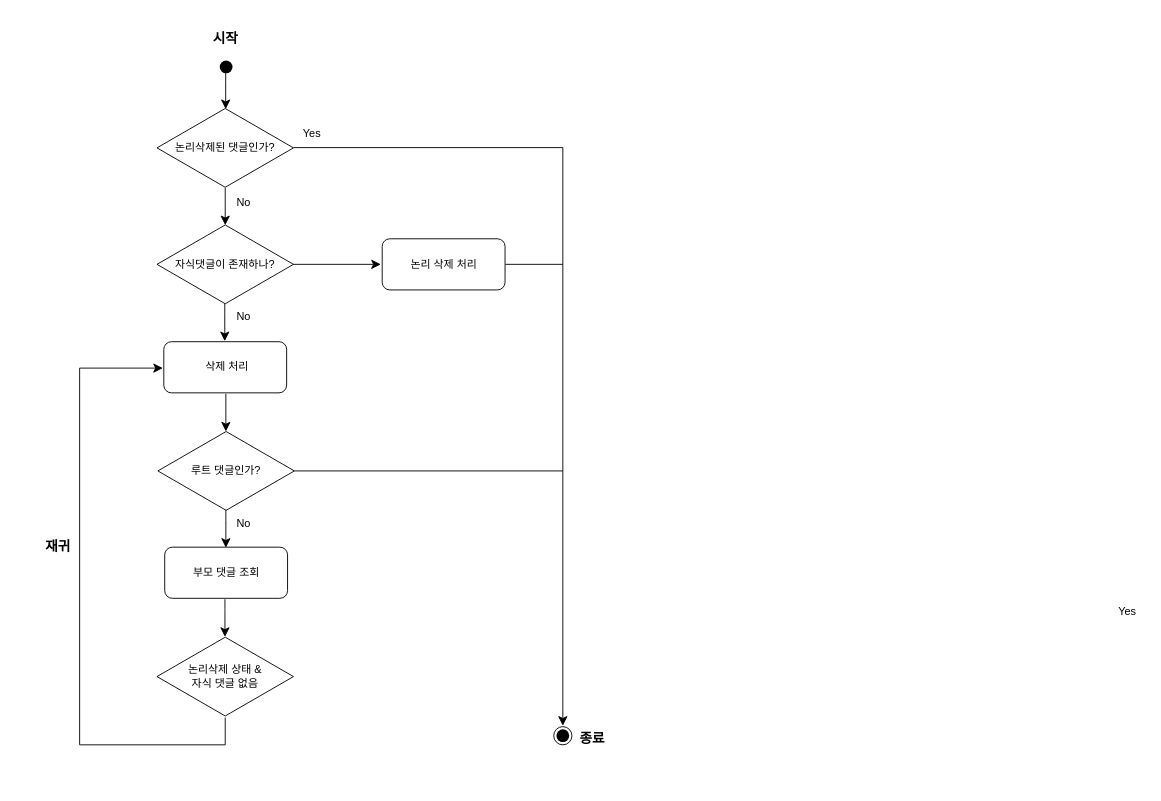
Earlier version of the draw.io diagram 댓글 삭제로직 활동 다이어그램.drawio (SunghoCha/erd_practice). Source tidied: cells renumbered, new cells numbered last; positions are measured from the earlier drawing's top-left corner, leaving out a move shared by most shapes. Both pictures are drawn from the tidied source at 91%, with x=0, y=0 at pixel (79, 57).
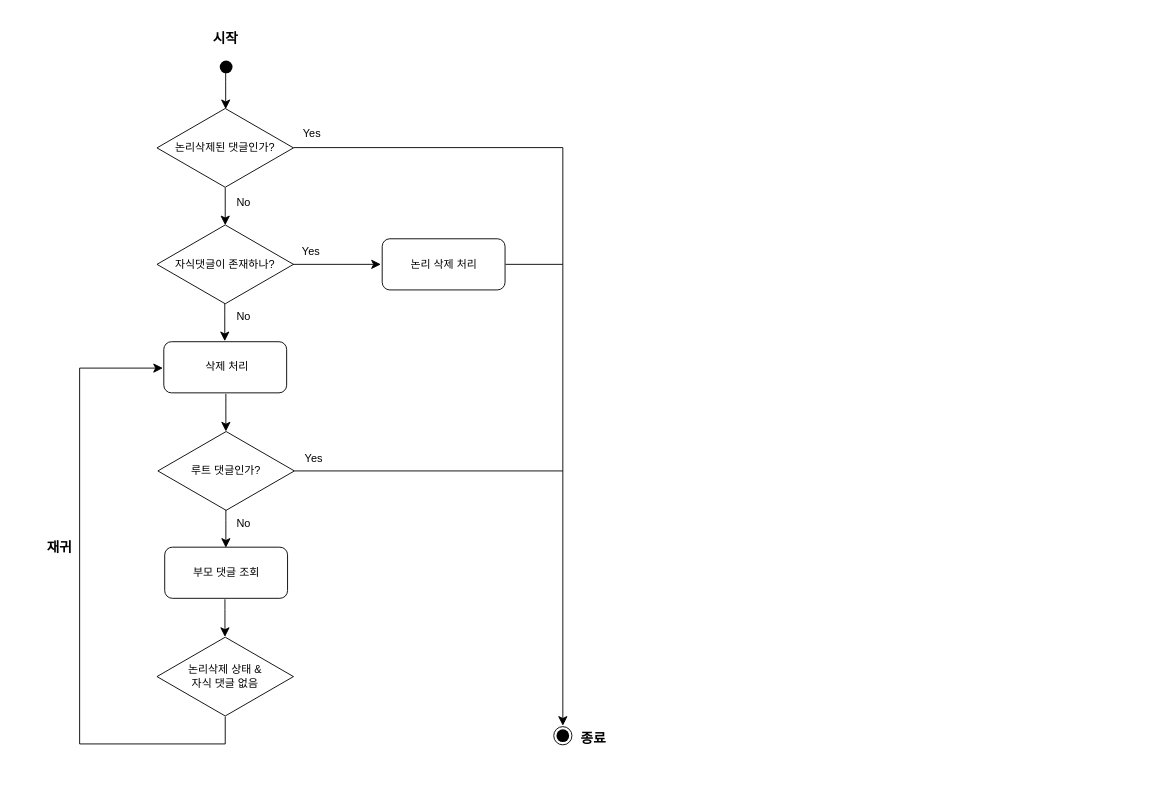
Above is the later version.

Commit message:
댓글 삭제로직 활동 다이어그램.drawio 업데이트

The change refers to these unchanged cells:
```xml
<mxCell id="24" style="edgeStyle=elbowEdgeStyle;elbow=horizontal;endArrow=classic;html=1;curved=0;rounded=0;endSize=8;startSize=8;entryX=0;entryY=0.5;entryDx=0;entryDy=0;exitX=1;exitY=0.5;exitDx=0;exitDy=0;exitPerimeter=0;" parent="1" edge="1" source="26">
  <mxGeometry relative="1" as="geometry">
    <mxPoint x="91.5" y="341" as="targetPoint" />
    <Array as="points">
      <mxPoint y="534.9" />
    </Array>
  </mxGeometry>
</mxCell>
```

What changed in the source:
```diff
@@
-    <mxCell id="12" value="Yes" style="text;html=1;align=center;verticalAlign=middle;strokeColor=none;fillColor=none;" parent="1" vertex="1">
-      <mxGeometry x="1131" y="594" width="40" height="30" as="geometry" />
-    </mxCell>
@@
-    <mxCell id="25" value="&lt;h5&gt;&lt;font style=&quot;font-size: 15px;&quot;&gt;재귀&lt;/font&gt;&lt;/h5&gt;" style="edgeLabel;html=1;align=center;verticalAlign=middle;" parent="24" vertex="1">
+    <mxCell id="25" value="&lt;h5&gt;&lt;font style=&quot;font-size: 15px;&quot;&gt;&amp;nbsp; &amp;nbsp; &amp;nbsp; &amp;nbsp; 재귀&lt;/font&gt;&lt;/h5&gt;" style="edgeLabel;html=1;align=center;verticalAlign=middle;" parent="24" vertex="1">
       <mxGeometry x="-0.89" y="-4" relative="1" as="geometry">
-        <mxPoint x="-148" y="-215" as="offset" />
+        <mxPoint x="-163" y="-213" as="offset" />
       </mxGeometry>
     </mxCell>
     <mxCell id="26" style="line;strokeWidth=1;direction=south;html=1;" parent="1" vertex="1">
-      <mxGeometry x="155" y="725" width="10" height="30" as="geometry" />
+      <mxGeometry x="155" y="724" width="10" height="30" as="geometry" />
     </mxCell>
@@
-    <mxCell id="30" value="&lt;h5&gt;&lt;font style=&quot;font-size: 15px;&quot;&gt;종료&lt;/font&gt;&lt;/h5&gt;" style="edgeLabel;html=1;align=center;verticalAlign=middle;" parent="1" vertex="1">
-      <mxGeometry x="276" y="799" as="geometry">
+    <mxCell id="30" value="&lt;h5&gt;&lt;font style=&quot;font-size: 15px;&quot;&gt;종료&amp;nbsp; &amp;nbsp; &amp;nbsp; &amp;nbsp;&amp;nbsp;&lt;/font&gt;&lt;/h5&gt;" style="edgeLabel;html=1;align=center;verticalAlign=middle;" parent="1" vertex="1">
+      <mxGeometry x="294" y="799" as="geometry">
         <mxPoint x="286" y="-53" as="offset" />
       </mxGeometry>
     </mxCell>
@@
+    <mxCell id="32" value="Yes" style="text;html=1;align=center;verticalAlign=middle;strokeColor=none;fillColor=none;" parent="1" vertex="1">
+      <mxGeometry x="234" y="197.9" width="40" height="30" as="geometry" />
+    </mxCell>
+    <mxCell id="33" value="Yes" style="text;html=1;align=center;verticalAlign=middle;strokeColor=none;fillColor=none;" parent="1" vertex="1">
+      <mxGeometry x="237" y="426" width="40" height="30" as="geometry" />
+    </mxCell>
```
